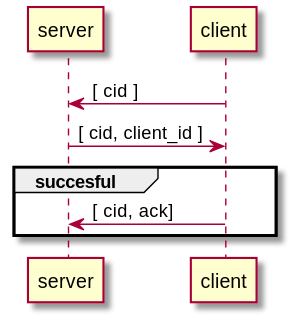
This is soundzones_protocol/sequence_diagrams/A2_enrole_s.svg from NielsDyrberg/Wireless_sound_zones, a PlantUML export, as it was before one commit. The source it was exported from:
```plantuml
@startuml A2_enrole_s
server <- client: [ cid ]
server -> client: [ cid, client_id ]
group succesful
    server <- client: [ cid, ack]
end
@enduml
```
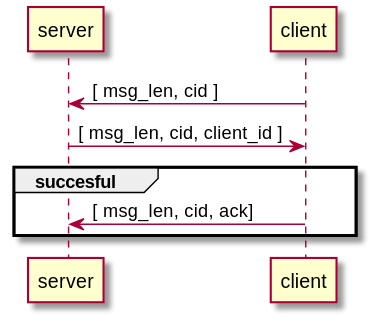
Above is the later version.

Change to the diagram source:
```diff
@@ -1,7 +1,7 @@
 @startuml A2_enrole_s
-server <- client: [ cid ]
-server -> client: [ cid, client_id ]
+server <- client: [ msg_len, cid ]
+server -> client: [ msg_len, cid, client_id ]
 group succesful
-    server <- client: [ cid, ack]
+    server <- client: [ msg_len, cid, ack]
 end
 @enduml
```
